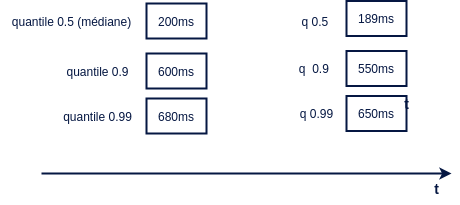
Earlier version of the draw.io export img/resume.png (oliv37/prometheus-article). Source tidied: cells renumbered, new cells last; positions are measured from the earlier drawing's top-left corner, leaving out a move shared by most shapes.
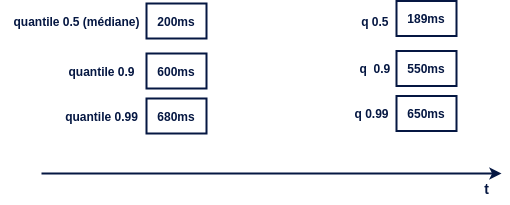
After the change.

Diff of the diagram source:
```diff
@@ -2,52 +2,49 @@
   <root>
     <mxCell id="0" />
     <mxCell id="1" parent="0" />
-    <mxCell id="2" value="&lt;div&gt;200ms&lt;/div&gt;" style="rounded=0;whiteSpace=wrap;html=1;strokeColor=#051742;strokeWidth=2;fontColor=#051742;" parent="1" vertex="1">
-      <mxGeometry x="145" y="2" width="60" height="35" as="geometry" />
+    <mxCell id="2" value="&lt;div&gt;200ms&lt;/div&gt;" style="rounded=0;whiteSpace=wrap;html=1;strokeColor=#051742;strokeWidth=2;fontColor=#051742;fontStyle=1;" parent="1" vertex="1">
+      <mxGeometry x="95" y="2" width="60" height="35" as="geometry" />
     </mxCell>
-    <mxCell id="3" value="quantile 0.5 (médiane) " style="text;html=1;align=center;verticalAlign=middle;fillColor=none;strokeColor=none;rounded=0;strokeWidth=2;fontColor=#051742;" parent="1" vertex="1">
-      <mxGeometry y="4.5" width="140" height="30" as="geometry" />
+    <mxCell id="3" value="quantile 0.5 (médiane) " style="text;html=1;align=center;verticalAlign=middle;fillColor=none;strokeColor=none;rounded=0;strokeWidth=2;fontColor=#051742;fontStyle=1;" parent="1" vertex="1">
+      <mxGeometry x="-50" y="4.5" width="150" height="30" as="geometry" />
     </mxCell>
-    <mxCell id="4" value="quantile 0.9 " style="text;html=1;align=center;verticalAlign=middle;fillColor=none;strokeColor=none;rounded=0;strokeWidth=2;fontColor=#051742;" parent="1" vertex="1">
-      <mxGeometry x="51" y="54.5" width="90" height="30" as="geometry" />
+    <mxCell id="4" value="quantile 0.9 " style="text;html=1;align=center;verticalAlign=middle;fillColor=none;strokeColor=none;rounded=0;strokeWidth=2;fontColor=#051742;fontStyle=1;" parent="1" vertex="1">
+      <mxGeometry x="5" y="54.5" width="90" height="30" as="geometry" />
     </mxCell>
-    <mxCell id="5" value="quantile 0.99 " style="text;html=1;align=center;verticalAlign=middle;fillColor=none;strokeColor=none;rounded=0;strokeWidth=2;fontColor=#051742;" parent="1" vertex="1">
-      <mxGeometry x="51" y="99.5" width="90" height="30" as="geometry" />
+    <mxCell id="5" value="quantile 0.99 " style="text;html=1;align=center;verticalAlign=middle;fillColor=none;strokeColor=none;rounded=0;strokeWidth=2;fontColor=#051742;fontStyle=1;" parent="1" vertex="1">
+      <mxGeometry y="99.5" width="100" height="30" as="geometry" />
     </mxCell>
-    <mxCell id="6" value="&lt;div&gt;600ms&lt;/div&gt;" style="rounded=0;whiteSpace=wrap;html=1;strokeColor=#051742;strokeWidth=2;fontColor=#051742;" parent="1" vertex="1">
-      <mxGeometry x="145" y="52" width="60" height="35" as="geometry" />
+    <mxCell id="6" value="&lt;div&gt;600ms&lt;/div&gt;" style="rounded=0;whiteSpace=wrap;html=1;strokeColor=#051742;strokeWidth=2;fontColor=#051742;fontStyle=1;" parent="1" vertex="1">
+      <mxGeometry x="95" y="52" width="60" height="35" as="geometry" />
     </mxCell>
-    <mxCell id="7" value="&lt;div&gt;680ms&lt;/div&gt;" style="rounded=0;whiteSpace=wrap;html=1;strokeColor=#051742;strokeWidth=2;fontColor=#051742;" parent="1" vertex="1">
-      <mxGeometry x="145" y="97" width="60" height="35" as="geometry" />
+    <mxCell id="7" value="&lt;div&gt;680ms&lt;/div&gt;" style="rounded=0;whiteSpace=wrap;html=1;strokeColor=#051742;strokeWidth=2;fontColor=#051742;fontStyle=1;" parent="1" vertex="1">
+      <mxGeometry x="95" y="97" width="60" height="35" as="geometry" />
     </mxCell>
-    <mxCell id="8" style="endArrow=classic;html=1;rounded=0;strokeColor=#051742;strokeWidth=2;" parent="1" edge="1">
+    <mxCell id="8" style="endArrow=classic;html=1;rounded=0;strokeWidth=2;strokeColor=#051742;" parent="1" edge="1">
       <mxGeometry relative="1" as="geometry">
-        <mxPoint x="40" y="172" as="sourcePoint" />
+        <mxPoint x="-10" y="172" as="sourcePoint" />
         <mxPoint x="450" y="172" as="targetPoint" />
       </mxGeometry>
     </mxCell>
-    <mxCell id="9" value="&lt;div&gt;189ms&lt;/div&gt;" style="rounded=0;whiteSpace=wrap;html=1;strokeColor=#051742;strokeWidth=2;fontColor=#051742;" parent="1" vertex="1">
+    <mxCell id="9" value="&lt;div&gt;189ms&lt;/div&gt;" style="rounded=0;whiteSpace=wrap;html=1;strokeColor=#051742;strokeWidth=2;fontColor=#051742;fontStyle=1;" parent="1" vertex="1">
       <mxGeometry x="345" y="-0.5" width="60" height="35" as="geometry" />
     </mxCell>
-    <mxCell id="10" value="q 0.5&amp;nbsp; " style="text;html=1;align=center;verticalAlign=middle;fillColor=none;strokeColor=none;rounded=0;strokeWidth=2;fontColor=#051742;" parent="1" vertex="1">
-      <mxGeometry x="290" y="4.5" width="50" height="30" as="geometry" />
+    <mxCell id="10" value="q 0.5&amp;nbsp; " style="text;html=1;align=center;verticalAlign=middle;fillColor=none;strokeColor=none;rounded=0;strokeWidth=2;fontColor=#051742;fontStyle=1;" parent="1" vertex="1">
+      <mxGeometry x="300" y="4.5" width="50" height="30" as="geometry" />
     </mxCell>
-    <mxCell id="11" value="q&amp;nbsp; 0.9&amp;nbsp; " style="text;html=1;align=center;verticalAlign=middle;fillColor=none;strokeColor=none;rounded=0;strokeWidth=2;fontColor=#051742;" parent="1" vertex="1">
-      <mxGeometry x="284" y="52" width="60" height="30" as="geometry" />
+    <mxCell id="11" value="q&amp;nbsp; 0.9&amp;nbsp; " style="text;html=1;align=center;verticalAlign=middle;fillColor=none;strokeColor=none;rounded=0;strokeWidth=2;fontColor=#051742;fontStyle=1;" parent="1" vertex="1">
+      <mxGeometry x="295" y="52" width="60" height="30" as="geometry" />
     </mxCell>
-    <mxCell id="12" value="q 0.99 " style="text;html=1;align=center;verticalAlign=middle;fillColor=none;strokeColor=none;rounded=0;strokeWidth=2;fontColor=#051742;" parent="1" vertex="1">
-      <mxGeometry x="285" y="97" width="60" height="30" as="geometry" />
+    <mxCell id="12" value="q 0.99 " style="text;html=1;align=center;verticalAlign=middle;fillColor=none;strokeColor=none;rounded=0;strokeWidth=2;fontColor=#051742;fontStyle=1;" parent="1" vertex="1">
+      <mxGeometry x="290" y="97" width="60" height="30" as="geometry" />
     </mxCell>
-    <mxCell id="13" value="&lt;div&gt;550ms&lt;/div&gt;" style="rounded=0;whiteSpace=wrap;html=1;strokeColor=#051742;strokeWidth=2;fontColor=#051742;" parent="1" vertex="1">
+    <mxCell id="13" value="&lt;div&gt;550ms&lt;/div&gt;" style="rounded=0;whiteSpace=wrap;html=1;strokeColor=#051742;strokeWidth=2;fontColor=#051742;fontStyle=1;" parent="1" vertex="1">
       <mxGeometry x="345" y="49.5" width="60" height="35" as="geometry" />
     </mxCell>
-    <mxCell id="14" value="&lt;div&gt;650ms&lt;/div&gt;" style="rounded=0;whiteSpace=wrap;html=1;strokeColor=#051742;strokeWidth=2;fontColor=#051742;" parent="1" vertex="1">
+    <mxCell id="14" value="&lt;div&gt;650ms&lt;/div&gt;" style="rounded=0;whiteSpace=wrap;html=1;strokeColor=#051742;strokeWidth=2;fontColor=#051742;fontStyle=1;" parent="1" vertex="1">
       <mxGeometry x="345" y="94.5" width="60" height="35" as="geometry" />
     </mxCell>
-    <mxCell id="15" value="&lt;font style=&quot;font-size: 14px;&quot;&gt;t&lt;/font&gt;" style="text;html=1;align=center;verticalAlign=middle;fillColor=none;strokeColor=none;rounded=0;strokeWidth=2;fontSize=10;fontColor=#051742;fontStyle=1;" parent="1" vertex="1">
-      <mxGeometry x="390" y="87" width="30" height="30" as="geometry" />
-    </mxCell>
-    <mxCell id="16" value="&lt;font style=&quot;font-size: 14px;&quot;&gt;t&lt;/font&gt;" style="text;html=1;align=center;verticalAlign=middle;fillColor=none;strokeColor=none;rounded=0;strokeWidth=2;fontSize=10;fontColor=#051742;fontStyle=1;" parent="1" vertex="1">
+    <mxCell id="16" value="&lt;font style=&quot;font-size: 14px;&quot;&gt;t&lt;/font&gt;" style="text;html=1;align=center;verticalAlign=middle;fillColor=none;strokeColor=none;rounded=0;strokeWidth=2;fontSize=10;fontColor=#051742;fontStyle=1;labelBackgroundColor=default;" parent="1" vertex="1">
       <mxGeometry x="420" y="172" width="30" height="30" as="geometry" />
     </mxCell>
   </root>
```
